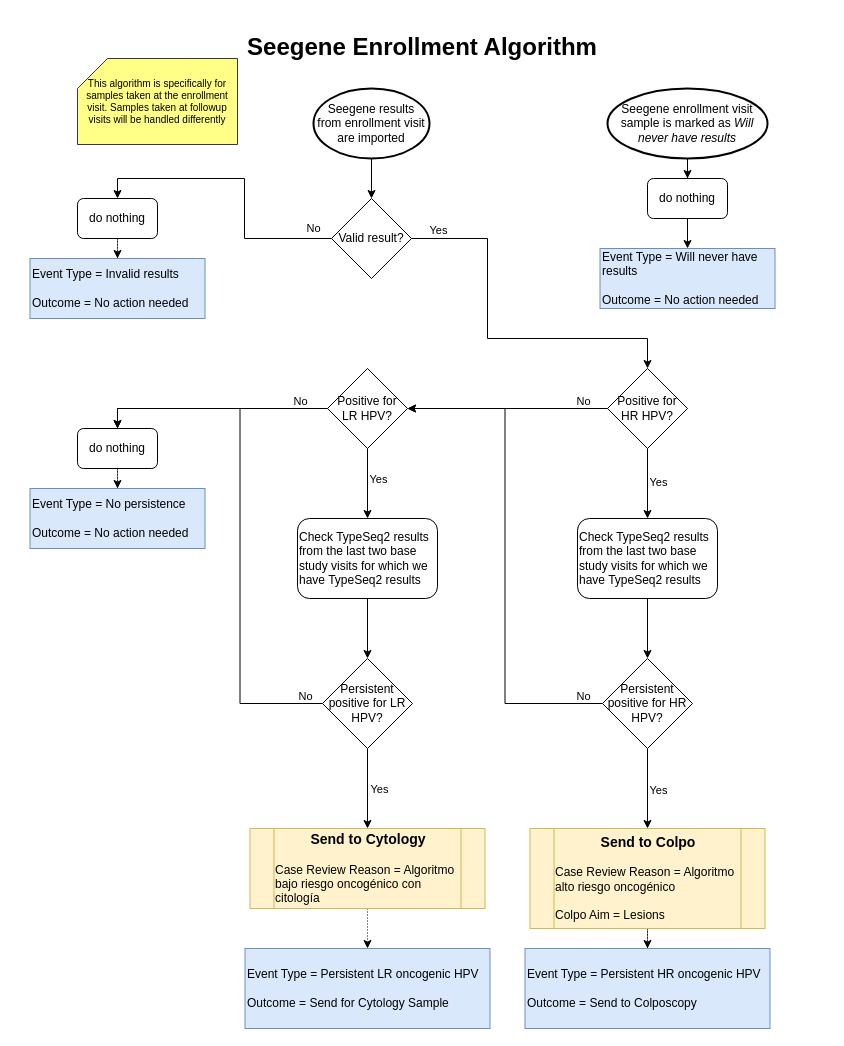
The draw.io diagram Seegene algorithm.drawio in stealthv/aurora-algorithms, before the edit. Source tidied: cells renumbered, new cells numbered last; positions are measured from the earlier drawing's top-left corner, leaving out a move shared by most shapes. Both pictures are drawn from the tidied source at 100%, with x=0, y=0 at pixel (17, 32).
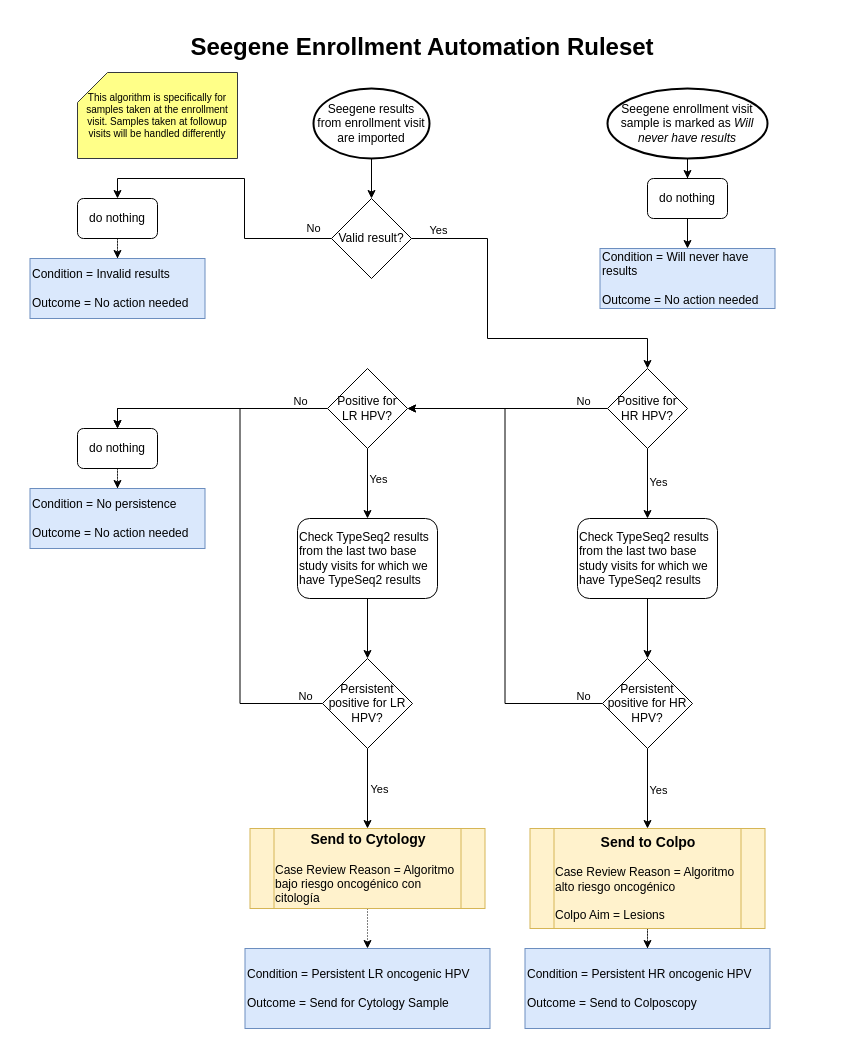
The same page after the edit.

Commit message:
Update Seegene terminology

Diff of the diagram source:
```diff
@@
-    <mxCell id="11" value="Event Type = Invalid results&lt;div&gt;&lt;span style=&quot;&quot;&gt;&lt;br&gt;&lt;/span&gt;&lt;/div&gt;&lt;div&gt;&lt;span style=&quot;&quot;&gt;Outcome = No action needed&lt;/span&gt;&lt;/div&gt;" style="rounded=0;whiteSpace=wrap;html=1;align=left;labelBackgroundColor=none;fillColor=#dae8fc;strokeColor=#6c8ebf;" parent="1" vertex="1">
+    <mxCell id="11" value="Condition = Invalid results&lt;div&gt;&lt;span style=&quot;&quot;&gt;&lt;br&gt;&lt;/span&gt;&lt;/div&gt;&lt;div&gt;&lt;span style=&quot;&quot;&gt;Outcome = No action needed&lt;/span&gt;&lt;/div&gt;" style="rounded=0;whiteSpace=wrap;html=1;align=left;labelBackgroundColor=none;fillColor=#dae8fc;strokeColor=#6c8ebf;" parent="1" vertex="1">
       <mxGeometry x="12.5" y="226" width="175" height="60" as="geometry" />
     </mxCell>
@@
-    <mxCell id="24" value="Event Type = No persistence&lt;div&gt;&lt;span style=&quot;&quot;&gt;&lt;br&gt;&lt;/span&gt;&lt;/div&gt;&lt;div&gt;&lt;span style=&quot;&quot;&gt;Outcome = No action needed&lt;/span&gt;&lt;/div&gt;" style="rounded=0;whiteSpace=wrap;html=1;align=left;labelBackgroundColor=none;fillColor=#dae8fc;strokeColor=#6c8ebf;" parent="1" vertex="1">
+    <mxCell id="24" value="Condition = No persistence&lt;div&gt;&lt;span style=&quot;&quot;&gt;&lt;br&gt;&lt;/span&gt;&lt;/div&gt;&lt;div&gt;&lt;span style=&quot;&quot;&gt;Outcome = No action needed&lt;/span&gt;&lt;/div&gt;" style="rounded=0;whiteSpace=wrap;html=1;align=left;labelBackgroundColor=none;fillColor=#dae8fc;strokeColor=#6c8ebf;" parent="1" vertex="1">
       <mxGeometry x="12.5" y="456" width="175" height="60" as="geometry" />
     </mxCell>
@@
-    <mxCell id="33" value="Event Type = Persistent HR oncogenic HPV&lt;div&gt;&lt;span style=&quot;&quot;&gt;&lt;br&gt;&lt;/span&gt;&lt;/div&gt;&lt;div&gt;&lt;span style=&quot;&quot;&gt;Outcome =&amp;nbsp;&lt;/span&gt;Send to Colposcopy&lt;/div&gt;" style="rounded=0;whiteSpace=wrap;html=1;align=left;fillColor=#dae8fc;strokeColor=#6c8ebf;" parent="1" vertex="1">
+    <mxCell id="33" value="Condition = Persistent HR oncogenic HPV&lt;div&gt;&lt;span style=&quot;&quot;&gt;&lt;br&gt;&lt;/span&gt;&lt;/div&gt;&lt;div&gt;&lt;span style=&quot;&quot;&gt;Outcome =&amp;nbsp;&lt;/span&gt;Send to Colposcopy&lt;/div&gt;" style="rounded=0;whiteSpace=wrap;html=1;align=left;fillColor=#dae8fc;strokeColor=#6c8ebf;" parent="1" vertex="1">
       <mxGeometry x="507.5" y="916" width="245" height="80" as="geometry" />
     </mxCell>
@@
-    <mxCell id="44" value="Event Type = Persistent LR oncogenic HPV&lt;div&gt;&lt;span style=&quot;&quot;&gt;&lt;br&gt;&lt;/span&gt;&lt;/div&gt;&lt;div&gt;&lt;span style=&quot;&quot;&gt;Outcome =&amp;nbsp;&lt;/span&gt;Send for Cytology Sample&lt;/div&gt;" style="rounded=0;whiteSpace=wrap;html=1;align=left;fillColor=#dae8fc;strokeColor=#6c8ebf;" parent="1" vertex="1">
+    <mxCell id="44" value="Condition = Persistent LR oncogenic HPV&lt;div&gt;&lt;span style=&quot;&quot;&gt;&lt;br&gt;&lt;/span&gt;&lt;/div&gt;&lt;div&gt;&lt;span style=&quot;&quot;&gt;Outcome =&amp;nbsp;&lt;/span&gt;Send for Cytology Sample&lt;/div&gt;" style="rounded=0;whiteSpace=wrap;html=1;align=left;fillColor=#dae8fc;strokeColor=#6c8ebf;" parent="1" vertex="1">
       <mxGeometry x="227.5" y="916" width="245" height="80" as="geometry" />
     </mxCell>
@@
-    <mxCell id="47" value="&lt;h1&gt;Seegene Enrollment Algorithm&lt;/h1&gt;" style="text;html=1;whiteSpace=wrap;strokeColor=none;fillColor=none;align=center;verticalAlign=middle;rounded=0;" parent="1" vertex="1">
+    <mxCell id="47" value="&lt;h1&gt;Seegene Enrollment Automation Ruleset&lt;/h1&gt;" style="text;html=1;whiteSpace=wrap;strokeColor=none;fillColor=none;align=center;verticalAlign=middle;rounded=0;" parent="1" vertex="1">
       <mxGeometry width="810" height="30" as="geometry" />
     </mxCell>
@@
     <mxCell id="50" value="This algorithm is specifically for samples taken at the enrollment visit. Samples taken at followup visits will be handled differently" style="shape=card;whiteSpace=wrap;html=1;fontSize=10;fillColor=#ffff88;strokeColor=#36393d;" parent="1" vertex="1">
-      <mxGeometry x="60" y="26" width="160" height="86" as="geometry" />
+      <mxGeometry x="60" y="40" width="160" height="86" as="geometry" />
     </mxCell>
@@
-    <mxCell id="53" value="Event Type = Will never have results&lt;div&gt;&lt;span style=&quot;&quot;&gt;&lt;br&gt;&lt;/span&gt;&lt;/div&gt;&lt;div&gt;&lt;span style=&quot;&quot;&gt;Outcome = No action needed&lt;/span&gt;&lt;/div&gt;" style="rounded=0;whiteSpace=wrap;html=1;align=left;labelBackgroundColor=none;fillColor=#dae8fc;strokeColor=#6c8ebf;" parent="1" vertex="1">
+    <mxCell id="53" value="Condition = Will never have results&lt;div&gt;&lt;span style=&quot;&quot;&gt;&lt;br&gt;&lt;/span&gt;&lt;/div&gt;&lt;div&gt;&lt;span style=&quot;&quot;&gt;Outcome = No action needed&lt;/span&gt;&lt;/div&gt;" style="rounded=0;whiteSpace=wrap;html=1;align=left;labelBackgroundColor=none;fillColor=#dae8fc;strokeColor=#6c8ebf;" parent="1" vertex="1">
       <mxGeometry x="582.5" y="216" width="175" height="60" as="geometry" />
     </mxCell>
```
